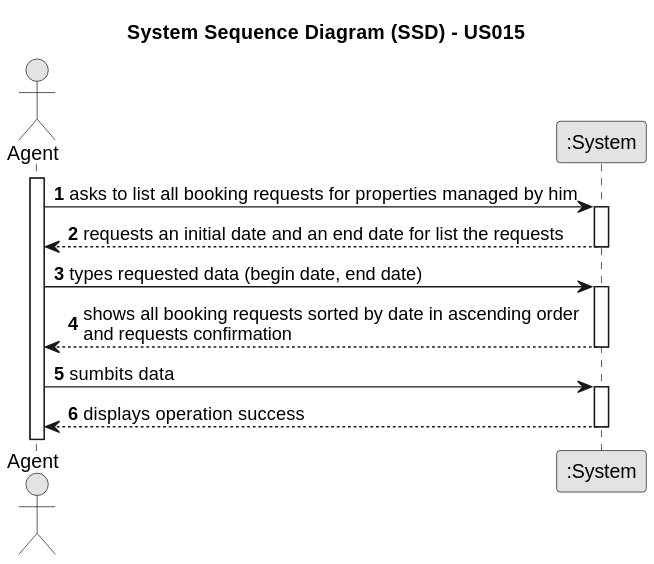
This is docs/sprintD/US015/01.requirements-engineering/svg/us015-system-sequence-diagram.svg from PureNimble/ISEP-LAPR2, a PlantUML export, as it was before one commit.
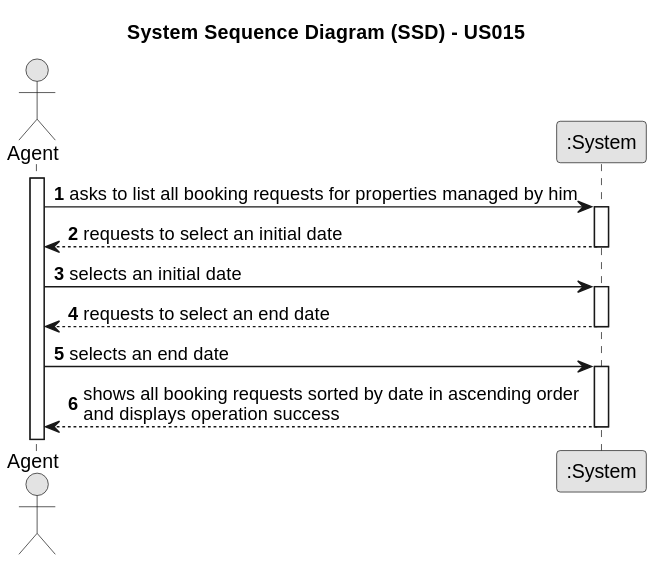
Later version of the same file.

What changed in the source:
```diff
@@ -15,18 +15,18 @@
     Agent -> System : asks to list all booking requests for properties managed by him
     activate System
 
-        System --> Agent : requests an initial date and an end date for list the requests
+        System --> Agent : requests to select an initial date
     deactivate System
 
-    Agent -> System : types requested data (begin date, end date)
+    Agent -> System : selects an initial date
     activate System
 
-        System --> Agent : shows all booking requests sorted by date in ascending order \nand requests confirmation
-    deactivate System
+        System --> Agent : requests to select an end date
+        deactivate System
 
-        Agent -> System : sumbits data
+    Agent -> System : selects an end date
     activate System
 
-        System --> Agent : displays operation success
+        System --> Agent : shows all booking requests sorted by date in ascending order \nand displays operation success
     deactivate System
 @enduml
```
